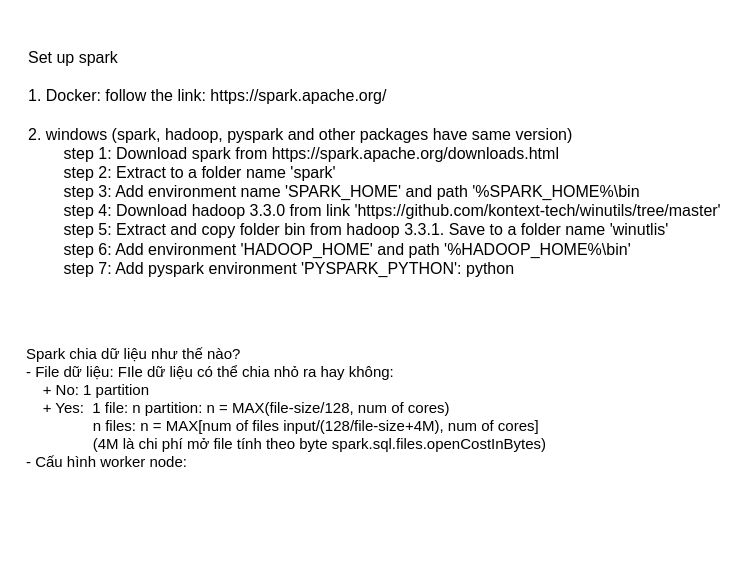
Earlier version of the draw.io diagram spark.drawio (thh6282/draw-in-drawio). Source tidied: cells renumbered, new cells numbered last; positions are measured from the earlier drawing's top-left corner, leaving out a move shared by most shapes. Both pictures are drawn from the tidied source at 100%, with x=0, y=0 at pixel (17, 17).
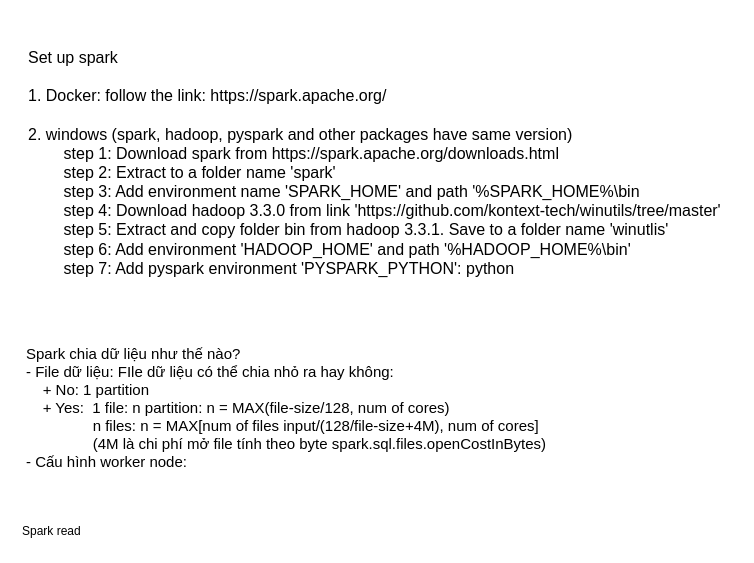
After the change.

The edit, as a diff of the source:
```diff
@@
 <mxGraphModel>
   <root>
     <mxCell id="0" />
     <mxCell id="1" parent="0" />
     <mxCell id="2" value="Set up spark&lt;div style=&quot;font-size: 16px;&quot;&gt;&lt;br style=&quot;font-size: 16px;&quot;&gt;&lt;/div&gt;&lt;div style=&quot;font-size: 16px;&quot;&gt;1. Docker: follow the link: https://spark.apache.org/&lt;br style=&quot;font-size: 16px;&quot;&gt;&lt;/div&gt;&lt;div style=&quot;font-size: 16px;&quot;&gt;&lt;br style=&quot;font-size: 16px;&quot;&gt;&lt;/div&gt;&lt;div style=&quot;font-size: 16px;&quot;&gt;2. windows (spark, hadoop, pyspark and other packages have same version)&lt;/div&gt;&lt;div style=&quot;font-size: 16px;&quot;&gt;&amp;nbsp;&lt;span style=&quot;white-space: pre; font-size: 16px;&quot;&gt;&#9;&lt;/span&gt;step 1: Download spark from https://spark.apache.org/downloads.html&lt;/div&gt;&lt;div style=&quot;font-size: 16px;&quot;&gt;&lt;span style=&quot;white-space: pre; font-size: 16px;&quot;&gt;&#9;&lt;/span&gt;step 2: Extract to a folder name 'spark'&lt;br style=&quot;font-size: 16px;&quot;&gt;&lt;/div&gt;&lt;div style=&quot;font-size: 16px;&quot;&gt;&lt;span style=&quot;white-space: pre; font-size: 16px;&quot;&gt;&#9;&lt;/span&gt;step 3: Add environment name 'SPARK_HOME' and path '%SPARK_HOME%\bin&amp;nbsp;&lt;br style=&quot;font-size: 16px;&quot;&gt;&lt;/div&gt;&lt;div style=&quot;font-size: 16px;&quot;&gt;&lt;span style=&quot;white-space: pre; font-size: 16px;&quot;&gt;&#9;&lt;/span&gt;step 4: Download hadoop 3.3.0 from link 'https://github.com/kontext-tech/winutils/tree/master'&lt;br style=&quot;font-size: 16px;&quot;&gt;&lt;/div&gt;&lt;div style=&quot;font-size: 16px;&quot;&gt;&lt;span style=&quot;white-space: pre; font-size: 16px;&quot;&gt;&#9;&lt;/span&gt;step 5: Extract and copy folder bin from hadoop 3.3.1. Save to a folder name 'winutlis'&lt;br style=&quot;font-size: 16px;&quot;&gt;&lt;/div&gt;&lt;div style=&quot;font-size: 16px;&quot;&gt;&lt;span style=&quot;white-space: pre; font-size: 16px;&quot;&gt;&#9;&lt;/span&gt;step 6: Add environment 'HADOOP_HOME' and path '%HADOOP_HOME%\bin'&lt;br style=&quot;font-size: 16px;&quot;&gt;&lt;/div&gt;&lt;div style=&quot;font-size: 16px;&quot;&gt;&lt;span style=&quot;white-space: pre; font-size: 16px;&quot;&gt;&#9;&lt;/span&gt;step 7: Add pyspark environment 'PYSPARK_PYTHON': python&lt;/div&gt;&lt;div style=&quot;font-size: 16px;&quot;&gt;&lt;br style=&quot;font-size: 16px;&quot;&gt;&lt;/div&gt;" style="text;html=1;align=left;verticalAlign=middle;whiteSpace=wrap;rounded=0;fontSize=16;spacing=11;spacingTop=0;textShadow=0;labelBorderColor=none;labelBackgroundColor=none;spacingLeft=0;" parent="1" vertex="1">
       <mxGeometry width="714" height="310" as="geometry" />
     </mxCell>
     <mxCell id="3" value="&lt;font style=&quot;font-size: 15px;&quot;&gt;Spark chia dữ liệu như thế nào?&lt;/font&gt;&lt;div style=&quot;font-size: 15px;&quot;&gt;&lt;font style=&quot;font-size: 15px;&quot;&gt;- File dữ liệu: FIle dữ liệu có thể chia nhỏ ra hay không:&lt;/font&gt;&lt;/div&gt;&lt;div style=&quot;font-size: 15px;&quot;&gt;&lt;font style=&quot;font-size: 15px;&quot;&gt;&amp;nbsp; &amp;nbsp; + No: 1 partition&lt;/font&gt;&lt;/div&gt;&lt;div style=&quot;font-size: 15px;&quot;&gt;&lt;font style=&quot;font-size: 15px;&quot;&gt;&amp;nbsp; &amp;nbsp; + Yes:&amp;nbsp; 1 file: n partition: n = MAX(file-size/128, num of cores)&lt;/font&gt;&lt;/div&gt;&lt;div style=&quot;font-size: 15px;&quot;&gt;&lt;font style=&quot;font-size: 15px;&quot;&gt;&amp;nbsp; &amp;nbsp; &amp;nbsp; &amp;nbsp; &amp;nbsp; &amp;nbsp; &amp;nbsp; &amp;nbsp; n files: n = MAX[num of files input/(128/file-size+4M), num of cores]&lt;/font&gt;&lt;/div&gt;&lt;div style=&quot;font-size: 15px;&quot;&gt;&lt;font style=&quot;font-size: 15px;&quot;&gt;&lt;span style=&quot;white-space: pre;&quot;&gt;&#9;&lt;/span&gt;&lt;span style=&quot;white-space: pre;&quot;&gt;&#9;&lt;/span&gt;(4M là chi phí mở file tính theo byte spark.sql.files.openCostInBytes)&lt;br&gt;&lt;/font&gt;&lt;/div&gt;&lt;div style=&quot;font-size: 15px;&quot;&gt;&lt;font style=&quot;font-size: 15px;&quot;&gt;- Cấu hình worker node:&amp;nbsp;&lt;/font&gt;&lt;/div&gt;" style="text;html=1;align=left;verticalAlign=middle;whiteSpace=wrap;rounded=0;" parent="1" vertex="1">
       <mxGeometry x="7" y="292" width="713" height="196" as="geometry" />
     </mxCell>
+    <mxCell id="4" value="Spark read" style="text;html=1;align=left;verticalAlign=middle;whiteSpace=wrap;rounded=0;" parent="1" vertex="1">
+      <mxGeometry x="3" y="499" width="704" height="30" as="geometry" />
+    </mxCell>
   </root>
 </mxGraphModel>
```
